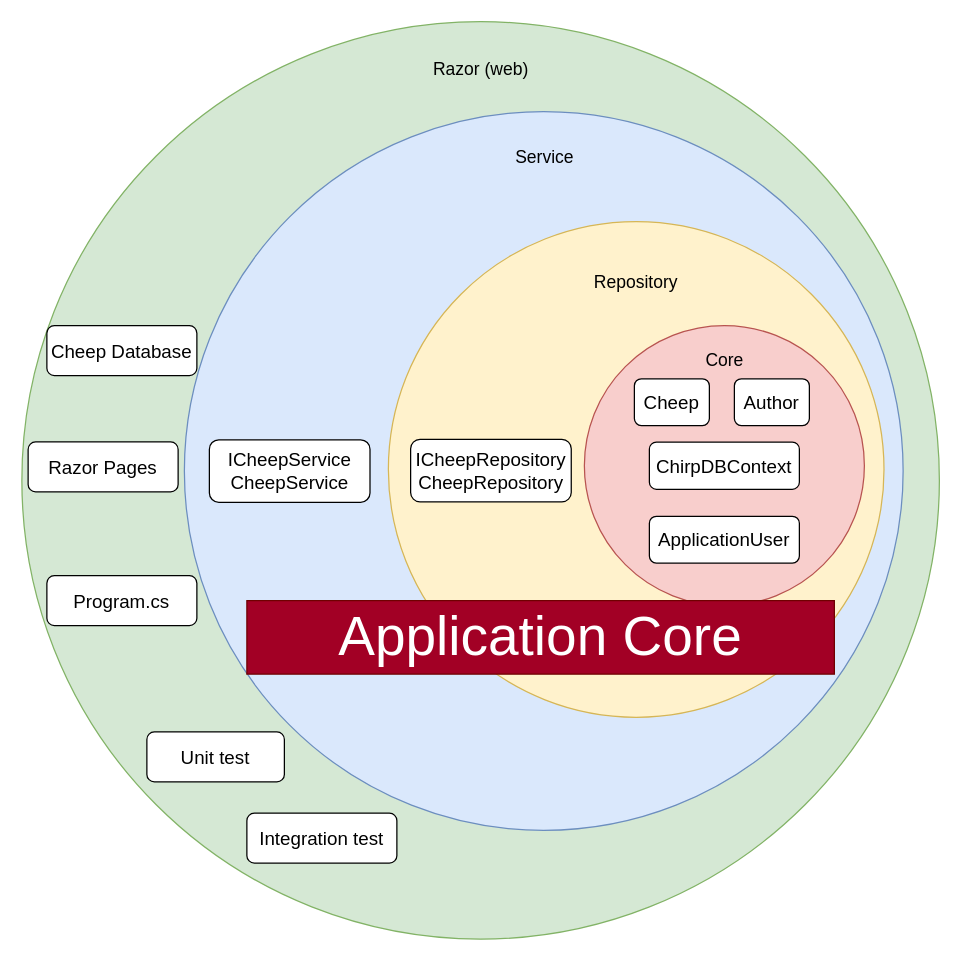
The draw.io diagram docs/diagrams/Architecture-small.drawio in ITU-BDSA2024-GROUP29/Chirp, before the edit. Source tidied: cells renumbered, new cells numbered last; positions are measured from the earlier drawing's top-left corner, leaving out a move shared by most shapes. Both pictures are drawn from the tidied source at 125%, with x=0, y=0 at pixel (21, 21).
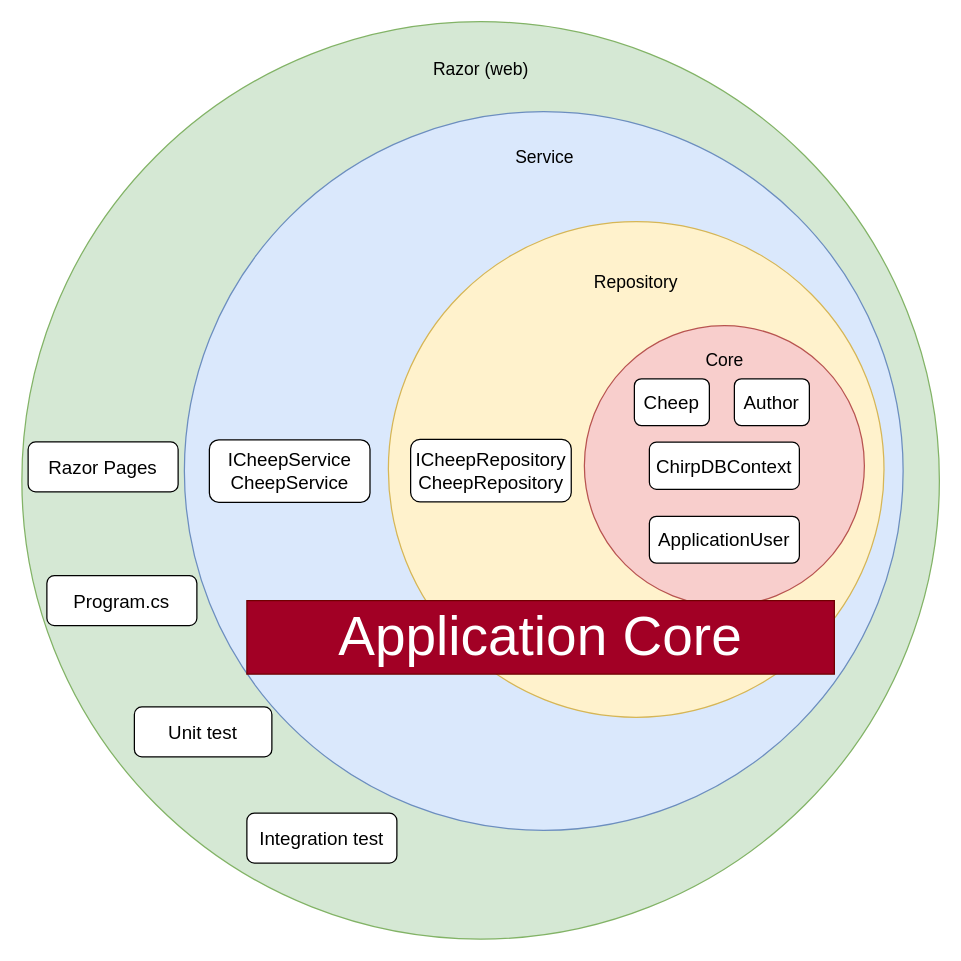
After the change.

Commit message (it also covers changes not shown here):
Change Onion diagram

What changed in the source:
```diff
@@
-    <mxCell id="22" value="&lt;span style=&quot;font-size: 15px;&quot;&gt;Cheep Database&lt;/span&gt;" style="rounded=1;whiteSpace=wrap;html=1;" parent="1" vertex="1">
-      <mxGeometry x="20" y="243" width="120" height="40" as="geometry" />
-    </mxCell>
     <mxCell id="23" value="&lt;span style=&quot;font-size: 15px;&quot;&gt;Unit test&lt;/span&gt;" style="rounded=1;whiteSpace=wrap;html=1;" parent="1" vertex="1">
-      <mxGeometry x="100" y="568" width="110" height="40" as="geometry" />
+      <mxGeometry x="90" y="548" width="110" height="40" as="geometry" />
     </mxCell>
```
